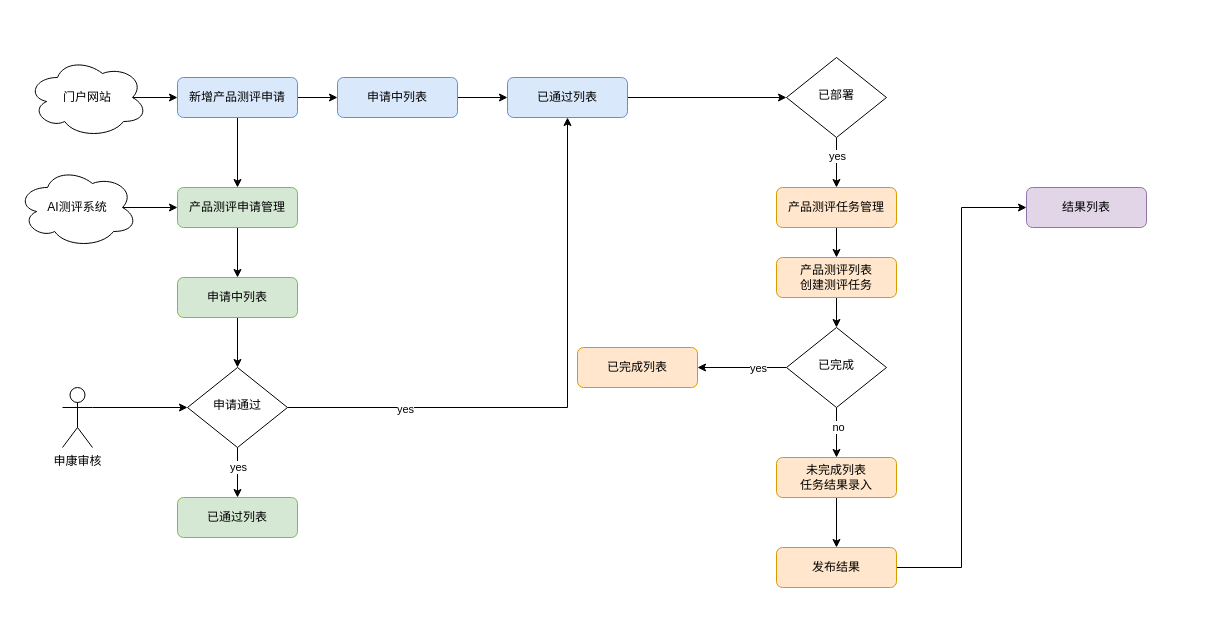
The draw.io diagram ai测评流程.drawio in star-devil/diagramsFiles, before the edit. Source tidied: cells renumbered, new cells numbered last; positions are measured from the earlier drawing's top-left corner, leaving out a move shared by most shapes. Both pictures are drawn from the tidied source at 100%, with x=0, y=0 at pixel (17, 57).
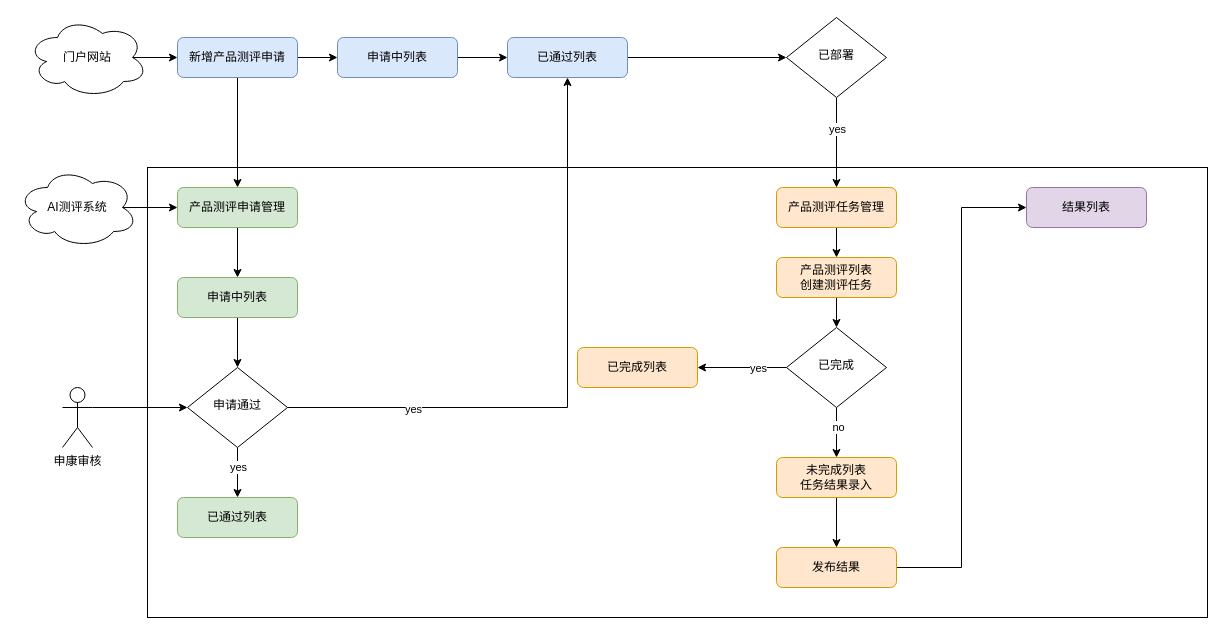
The same page after the edit.

Commit message (it also covers changes not shown here):
更新ai测评流程.drawio

What changed in the source:
```diff
@@
     <mxCell id="4" value="新增产品测评申请" style="rounded=1;whiteSpace=wrap;html=1;fontSize=12;glass=0;strokeWidth=1;shadow=0;fillColor=#dae8fc;strokeColor=#6c8ebf;" parent="1" vertex="1">
-      <mxGeometry x="160" y="20" width="120" height="40" as="geometry" />
+      <mxGeometry x="160" y="-20" width="120" height="40" as="geometry" />
     </mxCell>
@@
     <mxCell id="6" value="申请中列表" style="rounded=1;whiteSpace=wrap;html=1;fontSize=12;glass=0;strokeWidth=1;shadow=0;fillColor=#dae8fc;strokeColor=#6c8ebf;" parent="1" vertex="1">
-      <mxGeometry x="320" y="20" width="120" height="40" as="geometry" />
+      <mxGeometry x="320" y="-20" width="120" height="40" as="geometry" />
     </mxCell>
@@
     <mxCell id="10" value="门户网站" style="ellipse;shape=cloud;whiteSpace=wrap;html=1;" parent="1" vertex="1">
-      <mxGeometry x="10" width="120" height="80" as="geometry" />
+      <mxGeometry x="10" y="-40" width="120" height="80" as="geometry" />
     </mxCell>
@@
     <mxCell id="22" value="已通过列表" style="rounded=1;whiteSpace=wrap;html=1;fontSize=12;glass=0;strokeWidth=1;shadow=0;fillColor=#dae8fc;strokeColor=#6c8ebf;" parent="1" vertex="1">
-      <mxGeometry x="490" y="20" width="120" height="40" as="geometry" />
+      <mxGeometry x="490" y="-20" width="120" height="40" as="geometry" />
     </mxCell>
@@
     <mxCell id="26" value="已部署" style="rhombus;whiteSpace=wrap;html=1;shadow=0;fontFamily=Helvetica;fontSize=12;align=center;strokeWidth=1;spacing=6;spacingTop=-4;" parent="1" vertex="1">
-      <mxGeometry x="769" width="100" height="80" as="geometry" />
+      <mxGeometry x="769" y="-40" width="100" height="80" as="geometry" />
     </mxCell>
@@
+    <mxCell id="43" style="rounded=0;whiteSpace=wrap;html=1;fillColor=none;" parent="1" vertex="1">
+      <mxGeometry x="130" y="110" width="1060" height="450" as="geometry" />
+    </mxCell>
```
